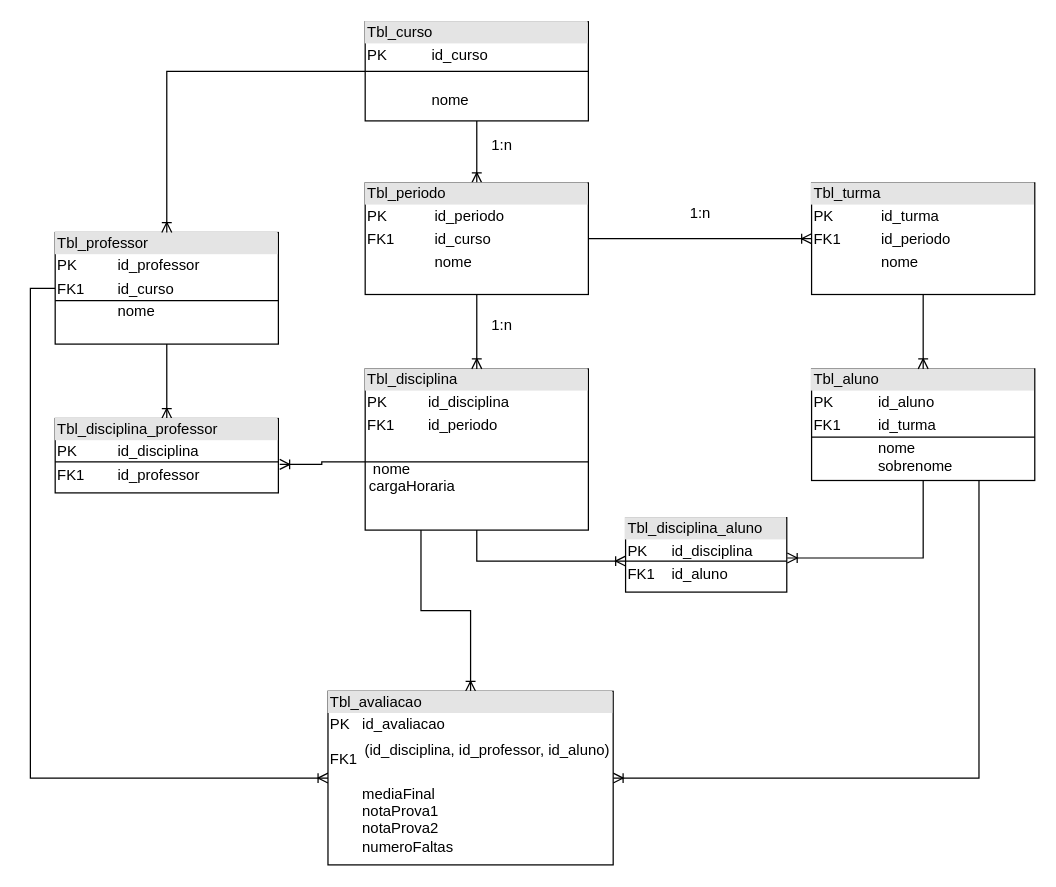
Leodf/clean-api keeps this draw.io diagram as Diagrama sem nome.drawio. Above is the earlier version. Source tidied: cells renumbered, new cells numbered last; positions are measured from the earlier drawing's top-left corner, leaving out a move shared by most shapes. Both pictures are drawn from the tidied source at 124%, with x=0, y=0 at pixel (55, 21).
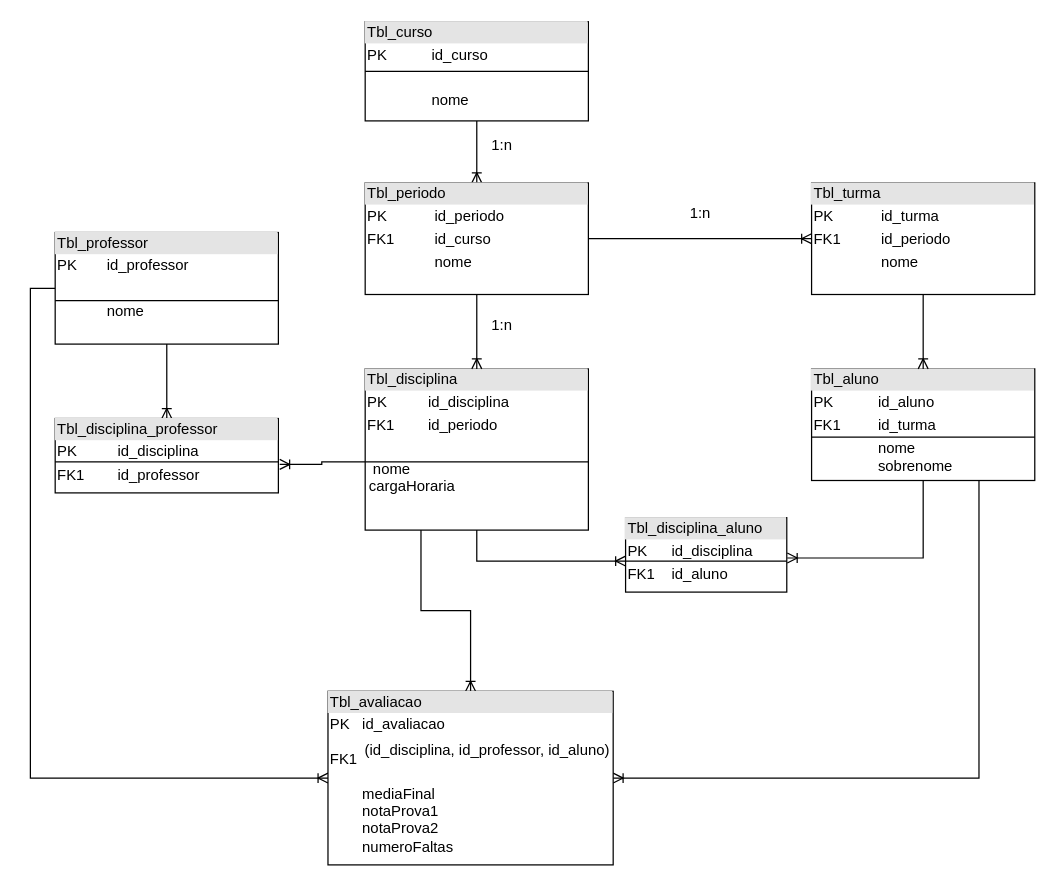
After the change.

The change refers to these unchanged cells:
```xml
<mxCell id="17" value="&lt;div style=&quot;box-sizing:border-box;width:100%;background:#e4e4e4;padding:2px;&quot;&gt;Tbl_curso&lt;/div&gt;&lt;table style=&quot;width:100%;font-size:1em;&quot; cellpadding=&quot;2&quot; cellspacing=&quot;0&quot;&gt;&lt;tbody&gt;&lt;tr&gt;&lt;td&gt;PK&lt;/td&gt;&lt;td&gt;id_curso&lt;/td&gt;&lt;/tr&gt;&lt;tr&gt;&lt;td&gt;&lt;br&gt;&lt;/td&gt;&lt;td&gt;&lt;br&gt;&lt;/td&gt;&lt;/tr&gt;&lt;tr&gt;&lt;td&gt;&lt;/td&gt;&lt;td&gt;nome&lt;/td&gt;&lt;/tr&gt;&lt;/tbody&gt;&lt;/table&gt;" style="verticalAlign=top;align=left;overflow=fill;html=1;" parent="1" vertex="1">
  <mxGeometry x="250" width="180" height="80" as="geometry" />
</mxCell>
```

What changed in the source:
```diff
@@
-    <mxCell id="4" value="&lt;div style=&quot;box-sizing:border-box;width:100%;background:#e4e4e4;padding:2px;&quot;&gt;Tbl_professor&lt;/div&gt;&lt;table style=&quot;width:100%;font-size:1em;&quot; cellpadding=&quot;2&quot; cellspacing=&quot;0&quot;&gt;&lt;tbody&gt;&lt;tr&gt;&lt;td&gt;PK&lt;/td&gt;&lt;td&gt;id_professor&lt;/td&gt;&lt;/tr&gt;&lt;tr&gt;&lt;td&gt;FK1&lt;/td&gt;&lt;td&gt;id_curso&lt;/td&gt;&lt;/tr&gt;&lt;tr&gt;&lt;td&gt;&lt;/td&gt;&lt;td&gt;nome&lt;/td&gt;&lt;/tr&gt;&lt;/tbody&gt;&lt;/table&gt;" style="verticalAlign=top;align=left;overflow=fill;html=1;" parent="1" vertex="1">
+    <mxCell id="4" value="&lt;div style=&quot;box-sizing:border-box;width:100%;background:#e4e4e4;padding:2px;&quot;&gt;Tbl_professor&lt;/div&gt;&lt;table style=&quot;width:100%;font-size:1em;&quot; cellpadding=&quot;2&quot; cellspacing=&quot;0&quot;&gt;&lt;tbody&gt;&lt;tr&gt;&lt;td&gt;PK&lt;/td&gt;&lt;td&gt;id_professor&lt;/td&gt;&lt;/tr&gt;&lt;tr&gt;&lt;td&gt;&lt;br&gt;&lt;/td&gt;&lt;td&gt;&lt;br&gt;&lt;/td&gt;&lt;/tr&gt;&lt;tr&gt;&lt;td&gt;&lt;/td&gt;&lt;td&gt;nome&lt;/td&gt;&lt;/tr&gt;&lt;/tbody&gt;&lt;/table&gt;" style="verticalAlign=top;align=left;overflow=fill;html=1;" parent="1" vertex="1">
       <mxGeometry y="170" width="180" height="90" as="geometry" />
     </mxCell>
@@
-    <mxCell id="16" style="edgeStyle=orthogonalEdgeStyle;rounded=0;jettySize=auto;html=1;entryX=0.5;entryY=0;entryDx=0;entryDy=0;endArrow=ERoneToMany;endFill=0;" parent="1" edge="1" source="17" target="4">
-      <mxGeometry relative="1" as="geometry" />
-    </mxCell>
```
